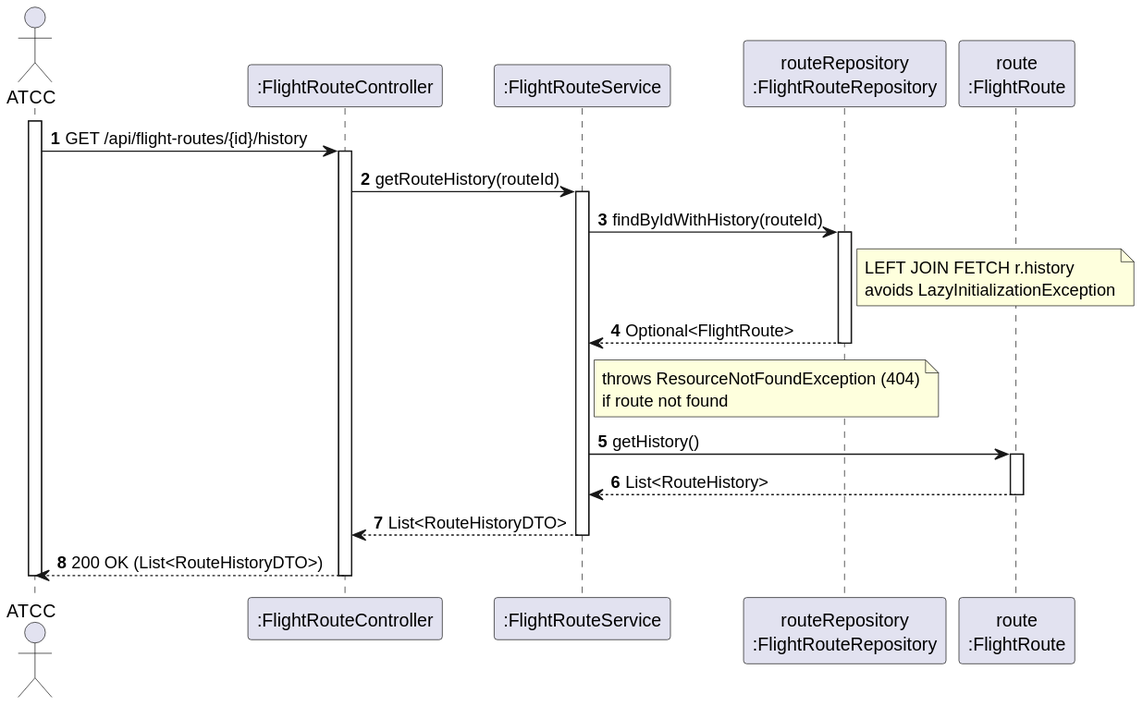
Above: docs/use-cases/WP#3A/US111/svg/US111-SD.svg in Andre-1240567/psoft2026_2DB_1240567_1241013_1240624 (PlantUML), before the change. Source of this version:
```plantuml
@startuml
autonumber
actor "ATCC" as ATCC
participant ":FlightRouteController" as Ctrl
participant ":FlightRouteService" as Service
participant "routeRepository\n:FlightRouteRepository" as Repo
participant "route\n:FlightRoute" as Route

activate ATCC
ATCC -> Ctrl: GET /api/flight-routes/{id}/history
activate Ctrl

Ctrl -> Service: getRouteHistory(routeId)
activate Service

Service -> Repo: findByIdWithHistory(routeId)
activate Repo
note right of Repo: LEFT JOIN FETCH r.history\navoids LazyInitializationException
Repo --> Service: Optional<FlightRoute>
deactivate Repo

note right of Service: throws ResourceNotFoundException (404)\nif route not found

Service -> Route: getHistory()
activate Route
Route --> Service: List<RouteHistory>
deactivate Route

Service --> Ctrl: List<RouteHistoryDTO>
deactivate Service

Ctrl --> ATCC: 200 OK (List<RouteHistoryDTO>)
deactivate Ctrl
deactivate ATCC
@enduml
```
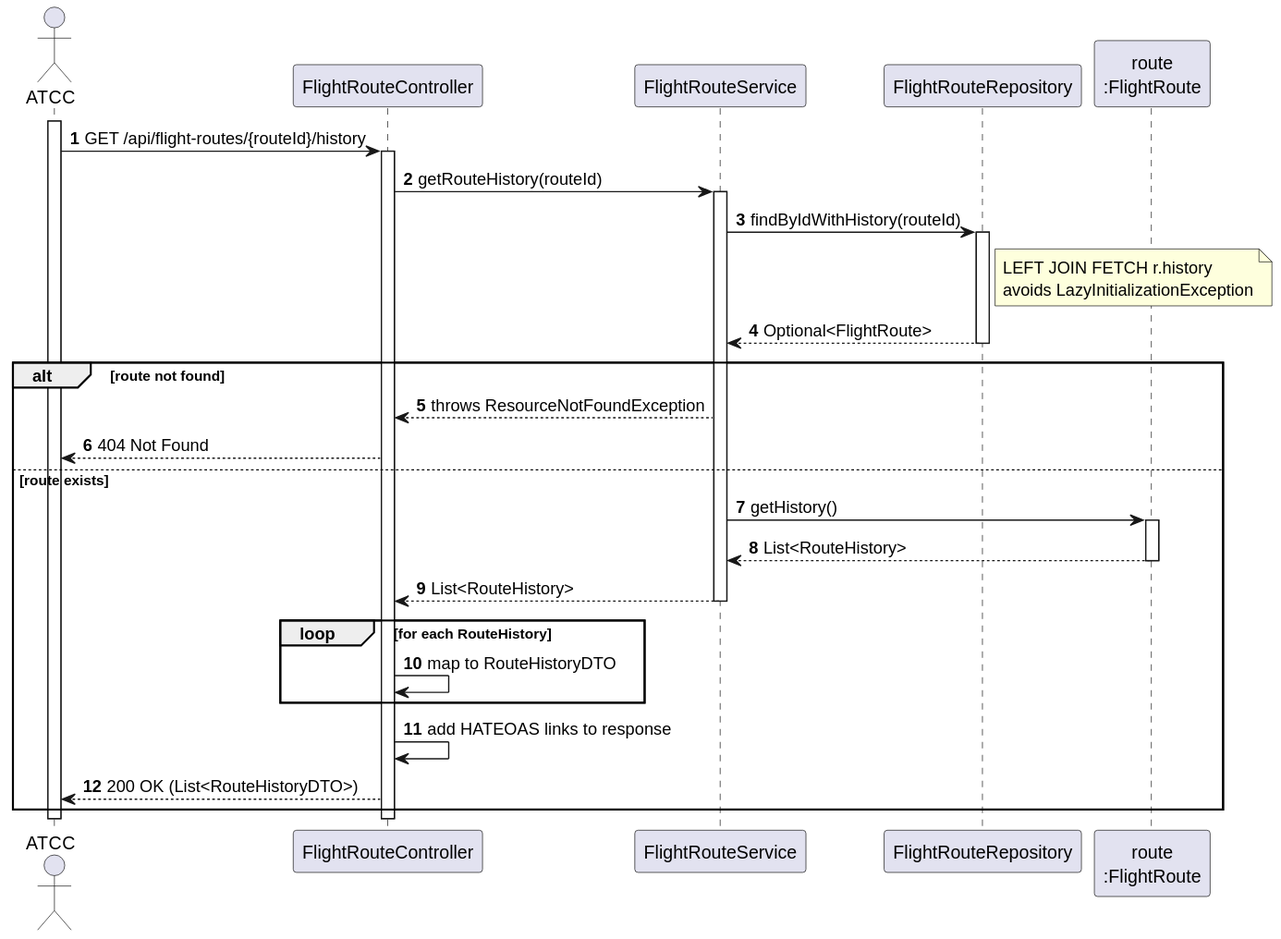
After the commit.

What changed in the source:
```diff
@@ -1,13 +1,13 @@
 @startuml
 autonumber
 actor "ATCC" as ATCC
-participant ":FlightRouteController" as Ctrl
-participant ":FlightRouteService" as Service
-participant "routeRepository\n:FlightRouteRepository" as Repo
+participant "FlightRouteController" as Ctrl
+participant "FlightRouteService" as Service
+participant "FlightRouteRepository" as Repo
 participant "route\n:FlightRoute" as Route
 
 activate ATCC
-ATCC -> Ctrl: GET /api/flight-routes/{id}/history
+ATCC -> Ctrl: GET /api/flight-routes/{routeId}/history
 activate Ctrl
 
 Ctrl -> Service: getRouteHistory(routeId)
@@ -19,17 +19,27 @@
 Repo --> Service: Optional<FlightRoute>
 deactivate Repo
 
-note right of Service: throws ResourceNotFoundException (404)\nif route not found
+alt route not found
+    Service --> Ctrl: throws ResourceNotFoundException
+    Ctrl --> ATCC: 404 Not Found
+else route exists
+    Service -> Route: getHistory()
+    activate Route
+    Route --> Service: List<RouteHistory>
+    deactivate Route
 
-Service -> Route: getHistory()
-activate Route
-Route --> Service: List<RouteHistory>
-deactivate Route
+    Service --> Ctrl: List<RouteHistory>
+    deactivate Service
 
-Service --> Ctrl: List<RouteHistoryDTO>
-deactivate Service
+    loop for each RouteHistory
+        Ctrl -> Ctrl: map to RouteHistoryDTO
+    end
 
-Ctrl --> ATCC: 200 OK (List<RouteHistoryDTO>)
+    Ctrl -> Ctrl: add HATEOAS links to response
+
+    Ctrl --> ATCC: 200 OK (List<RouteHistoryDTO>)
+end
+
 deactivate Ctrl
 deactivate ATCC
 @enduml
```
